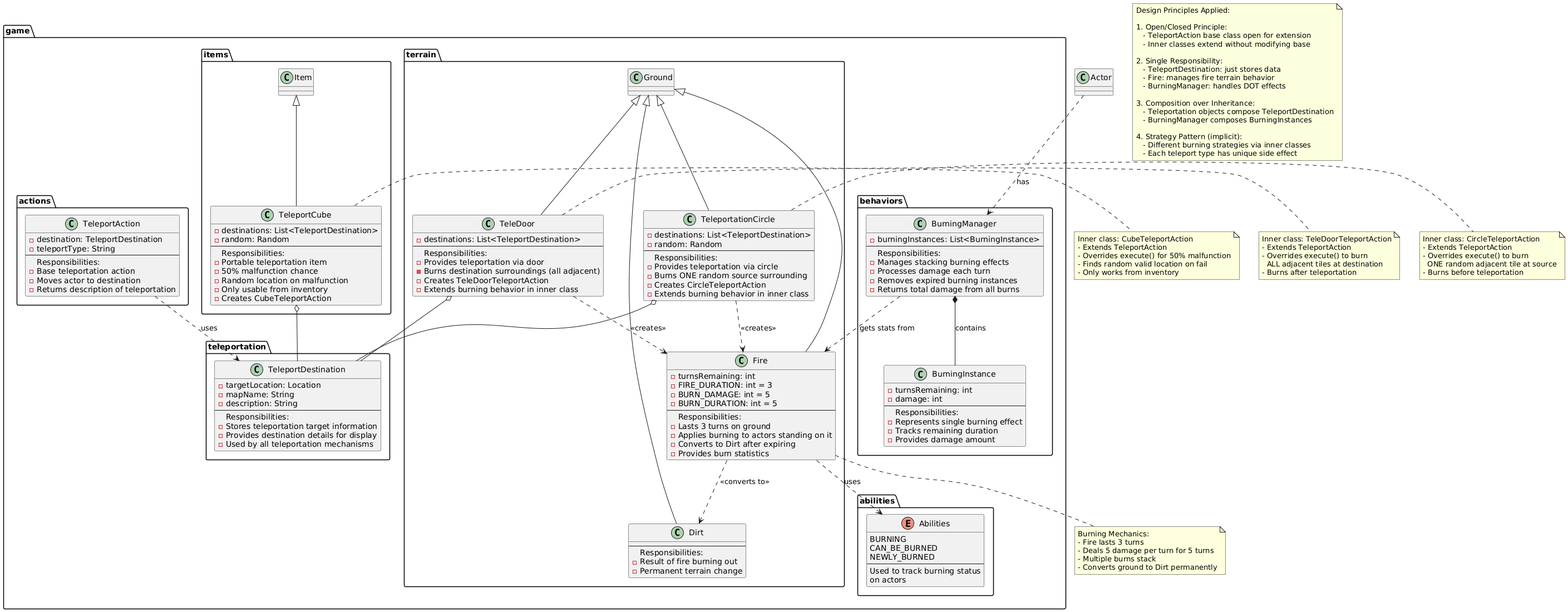
This is docs/design/assignment2/REQ1/REQ1_UML.png from ahmednaeem786/Winter-Survival-Game, a PlantUML export, as it was before one commit. Its diagram source:
```plantuml
@startuml
package game.teleportation {
    class TeleportDestination {
        -targetLocation: Location
        -mapName: String
        -description: String
        --
        Responsibilities:
        - Stores teleportation target information
        - Provides destination details for display
        - Used by all teleportation mechanisms
    }
}

package game.actions {
    class TeleportAction {
        -destination: TeleportDestination
        -teleportType: String
        --
        Responsibilities:
        - Base teleportation action
        - Moves actor to destination
        - Returns description of teleportation
    }

    TeleportAction ..> TeleportDestination : uses
}

package game.terrain {
    class TeleDoor {
        -destinations: List<TeleportDestination>
        --
        Responsibilities:
        - Provides teleportation via door
        - Burns destination surroundings (all adjacent)
        - Creates TeleDoorTeleportAction
        - Extends burning behavior in inner class
    }

    class TeleportationCircle {
        -destinations: List<TeleportDestination>
        -random: Random
        --
        Responsibilities:
        - Provides teleportation via circle
        - Burns ONE random source surrounding
        - Creates CircleTeleportAction
        - Extends burning behavior in inner class
    }

    class Fire {
        -turnsRemaining: int
        -FIRE_DURATION: int = 3
        -BURN_DAMAGE: int = 5
        -BURN_DURATION: int = 5
        --
        Responsibilities:
        - Lasts 3 turns on ground
        - Applies burning to actors standing on it
        - Converts to Dirt after expiring
        - Provides burn statistics
    }

    class Dirt {
        --
        Responsibilities:
        - Result of fire burning out
        - Permanent terrain change
    }

    Ground <|-- TeleDoor
    Ground <|-- TeleportationCircle
    Ground <|-- Fire
    Ground <|-- Dirt

    TeleDoor o-- TeleportDestination
    TeleportationCircle o-- TeleportDestination
    TeleDoor ..> Fire : <<creates>>
    TeleportationCircle ..> Fire : <<creates>>
    Fire ..> Dirt : <<converts to>>
}

package game.items {
    class TeleportCube {
        -destinations: List<TeleportDestination>
        -random: Random
        --
        Responsibilities:
        - Portable teleportation item
        - 50% malfunction chance
        - Random location on malfunction
        - Only usable from inventory
        - Creates CubeTeleportAction
    }

    Item <|-- TeleportCube
    TeleportCube o-- TeleportDestination
}

package game.behaviors {
    class BurningManager {
        -burningInstances: List<BurningInstance>
        --
        Responsibilities:
        - Manages stacking burning effects
        - Processes damage each turn
        - Removes expired burning instances
        - Returns total damage from all burns
    }

    class BurningInstance {
        -turnsRemaining: int
        -damage: int
        --
        Responsibilities:
        - Represents single burning effect
        - Tracks remaining duration
        - Provides damage amount
    }

    BurningManager *-- BurningInstance : contains
}

package game.abilities {
    enum Abilities {
        BURNING
        CAN_BE_BURNED
        NEWLY_BURNED
        --
        Used to track burning status
        on actors
    }
}

note right of TeleDoor
    Inner class: TeleDoorTeleportAction
    - Extends TeleportAction
    - Overrides execute() to burn
      ALL adjacent tiles at destination
    - Burns after teleportation
end note

note right of TeleportationCircle
    Inner class: CircleTeleportAction
    - Extends TeleportAction
    - Overrides execute() to burn
      ONE random adjacent tile at source
    - Burns before teleportation
end note

note right of TeleportCube
    Inner class: CubeTeleportAction
    - Extends TeleportAction
    - Overrides execute() for 50% malfunction
    - Finds random valid location on fail
    - Only works from inventory
end note

note bottom of Fire
    Burning Mechanics:
    - Fire lasts 3 turns
    - Deals 5 damage per turn for 5 turns
    - Multiple burns stack
    - Converts ground to Dirt permanently
end note

Fire ..> Abilities : uses
Actor ..> BurningManager : has
BurningManager ..> Fire : gets stats from

note as N1
    Design Principles Applied:

    1. Open/Closed Principle:
       - TeleportAction base class open for extension
       - Inner classes extend without modifying base

    2. Single Responsibility:
       - TeleportDestination: just stores data
       - Fire: manages fire terrain behavior
       - BurningManager: handles DOT effects

    3. Composition over Inheritance:
       - Teleportation objects compose TeleportDestination
       - BurningManager composes BurningInstances

    4. Strategy Pattern (implicit):
       - Different burning strategies via inner classes
       - Each teleport type has unique side effect
end note
@enduml
```
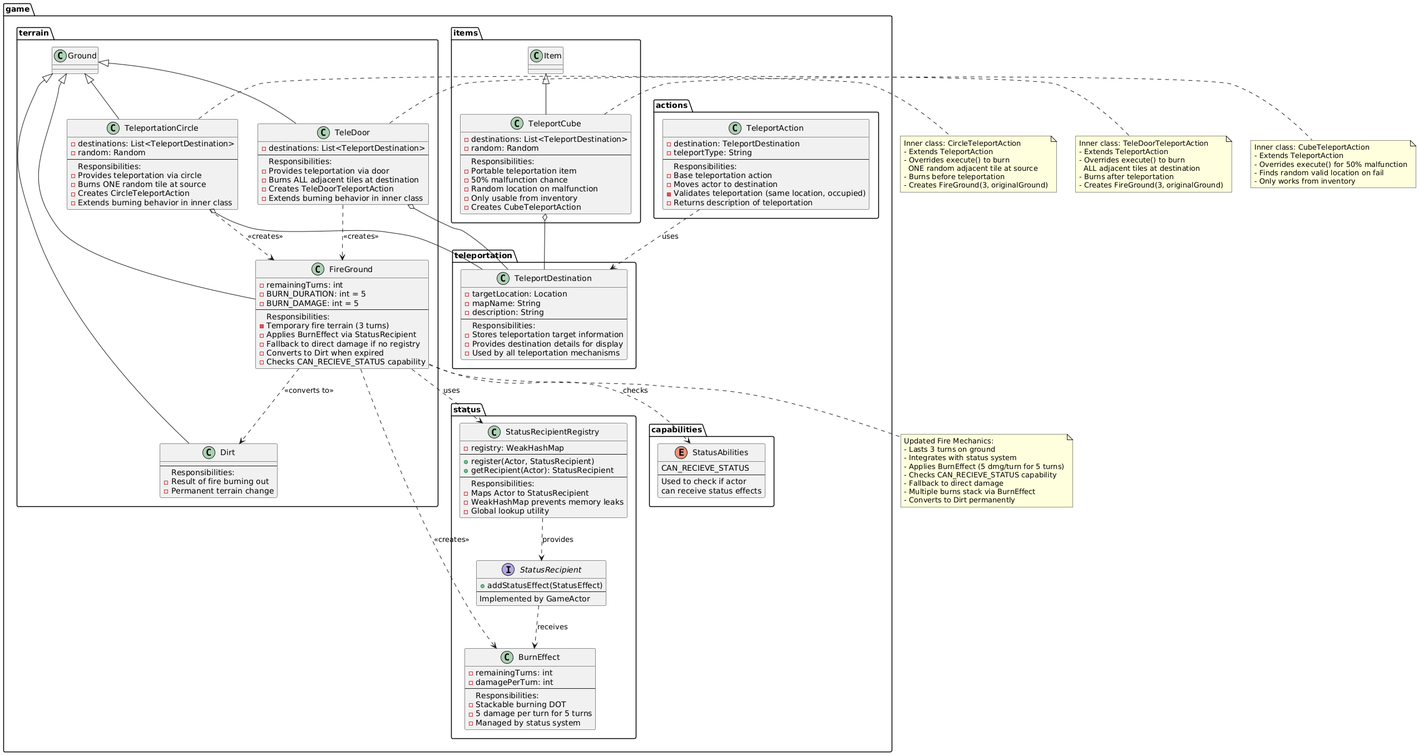
Above is the later version.

Commit message:
docs: add finalized REQ1 and REQ5 design documents

Diff of the diagram source:
```diff
@@ -20,6 +20,7 @@
         Responsibilities:
         - Base teleportation action
         - Moves actor to destination
+        - Validates teleportation (same location, occupied)
         - Returns description of teleportation
     }
 
@@ -32,7 +33,7 @@
         --
         Responsibilities:
         - Provides teleportation via door
-        - Burns destination surroundings (all adjacent)
+        - Burns ALL adjacent tiles at destination
         - Creates TeleDoorTeleportAction
         - Extends burning behavior in inner class
     }
@@ -43,22 +44,22 @@
         --
         Responsibilities:
         - Provides teleportation via circle
-        - Burns ONE random source surrounding
+        - Burns ONE random tile at source
         - Creates CircleTeleportAction
         - Extends burning behavior in inner class
     }
 
-    class Fire {
-        -turnsRemaining: int
-        -FIRE_DURATION: int = 3
+    class FireGround {
+        -remainingTurns: int
+        -BURN_DURATION: int = 5
         -BURN_DAMAGE: int = 5
-        -BURN_DURATION: int = 5
         --
         Responsibilities:
-        - Lasts 3 turns on ground
-        - Applies burning to actors standing on it
-        - Converts to Dirt after expiring
-        - Provides burn statistics
+        - Temporary fire terrain (3 turns)
+        - Applies BurnEffect via StatusRecipient
+        - Fallback to direct damage if no registry
+        - Converts to Dirt when expired
+        - Checks CAN_RECIEVE_STATUS capability
     }
 
     class Dirt {
@@ -70,14 +71,14 @@
 
     Ground <|-- TeleDoor
     Ground <|-- TeleportationCircle
-    Ground <|-- Fire
+    Ground <|-- FireGround
     Ground <|-- Dirt
 
     TeleDoor o-- TeleportDestination
     TeleportationCircle o-- TeleportDestination
-    TeleDoor ..> Fire : <<creates>>
-    TeleportationCircle ..> Fire : <<creates>>
-    Fire ..> Dirt : <<converts to>>
+    TeleDoor ..> FireGround : <<creates>>
+    TeleportationCircle ..> FireGround : <<creates>>
+    FireGround ..> Dirt : <<converts to>>
 }
 
 package game.items {
@@ -97,40 +98,51 @@
     TeleportCube o-- TeleportDestination
 }
 
-package game.behaviors {
-    class BurningManager {
-        -burningInstances: List<BurningInstance>
+package game.status {
+    class BurnEffect {
+        -remainingTurns: int
+        -damagePerTurn: int
         --
         Responsibilities:
-        - Manages stacking burning effects
-        - Processes damage each turn
-        - Removes expired burning instances
-        - Returns total damage from all burns
+        - Stackable burning DOT
+        - 5 damage per turn for 5 turns
+        - Managed by status system
     }
 
-    class BurningInstance {
-        -turnsRemaining: int
-        -damage: int
+    interface StatusRecipient {
+        +addStatusEffect(StatusEffect)
+        --
+        Implemented by GameActor
+    }
+
+    class StatusRecipientRegistry {
+        -registry: WeakHashMap
+        --
+        +register(Actor, StatusRecipient)
+        +getRecipient(Actor): StatusRecipient
         --
         Responsibilities:
-        - Represents single burning effect
-        - Tracks remaining duration
-        - Provides damage amount
+        - Maps Actor to StatusRecipient
+        - WeakHashMap prevents memory leaks
+        - Global lookup utility
     }
 
-    BurningManager *-- BurningInstance : contains
+    StatusRecipient ..> BurnEffect : receives
+    StatusRecipientRegistry ..> StatusRecipient : provides
 }
 
-package game.abilities {
-    enum Abilities {
-        BURNING
-        CAN_BE_BURNED
-        NEWLY_BURNED
+package game.capabilities {
+    enum StatusAbilities {
+        CAN_RECIEVE_STATUS
         --
-        Used to track burning status
-        on actors
+        Used to check if actor
+        can receive status effects
     }
 }
+
+FireGround ..> BurnEffect : <<creates>>
+FireGround ..> StatusRecipientRegistry : uses
+FireGround ..> StatusAbilities : checks
 
 note right of TeleDoor
     Inner class: TeleDoorTeleportAction
@@ -138,6 +150,7 @@
     - Overrides execute() to burn
       ALL adjacent tiles at destination
     - Burns after teleportation
+    - Creates FireGround(3, originalGround)
 end note
 
 note right of TeleportationCircle
@@ -146,6 +159,7 @@
     - Overrides execute() to burn
       ONE random adjacent tile at source
     - Burns before teleportation
+    - Creates FireGround(3, originalGround)
 end note
 
 note right of TeleportCube
@@ -156,36 +170,14 @@
     - Only works from inventory
 end note
 
-note bottom of Fire
-    Burning Mechanics:
-    - Fire lasts 3 turns
-    - Deals 5 damage per turn for 5 turns
-    - Multiple burns stack
-    - Converts ground to Dirt permanently
-end note
-
-Fire ..> Abilities : uses
-Actor ..> BurningManager : has
-BurningManager ..> Fire : gets stats from
-
-note as N1
-    Design Principles Applied:
-
-    1. Open/Closed Principle:
-       - TeleportAction base class open for extension
-       - Inner classes extend without modifying base
-
-    2. Single Responsibility:
-       - TeleportDestination: just stores data
-       - Fire: manages fire terrain behavior
-       - BurningManager: handles DOT effects
-
-    3. Composition over Inheritance:
-       - Teleportation objects compose TeleportDestination
-       - BurningManager composes BurningInstances
-
-    4. Strategy Pattern (implicit):
-       - Different burning strategies via inner classes
-       - Each teleport type has unique side effect
+note bottom of FireGround
+    Updated Fire Mechanics:
+    - Lasts 3 turns on ground
+    - Integrates with status system
+    - Applies BurnEffect (5 dmg/turn for 5 turns)
+    - Checks CAN_RECIEVE_STATUS capability
+    - Fallback to direct damage
+    - Multiple burns stack via BurnEffect
+    - Converts to Dirt permanently
 end note
 @enduml
```
